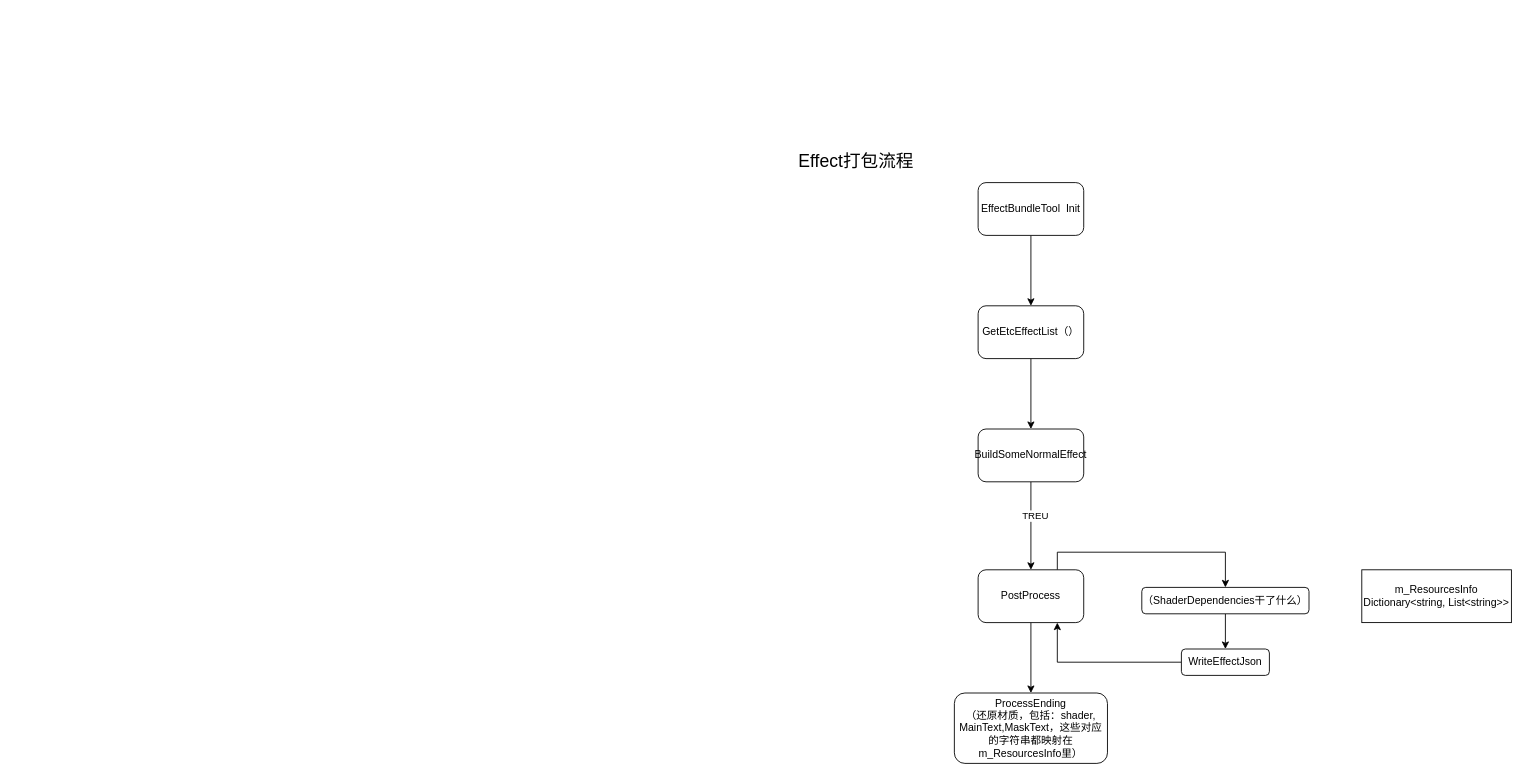
Earlier version of the draw.io diagram PackingModel.drawio (gatzai/DrawioStorage). Source tidied: cells renumbered, new cells numbered last; positions are measured from the earlier drawing's top-left corner, leaving out a move shared by most shapes. Both pictures are drawn from the tidied source at 88%, with x=0, y=0 at pixel (789, 147).
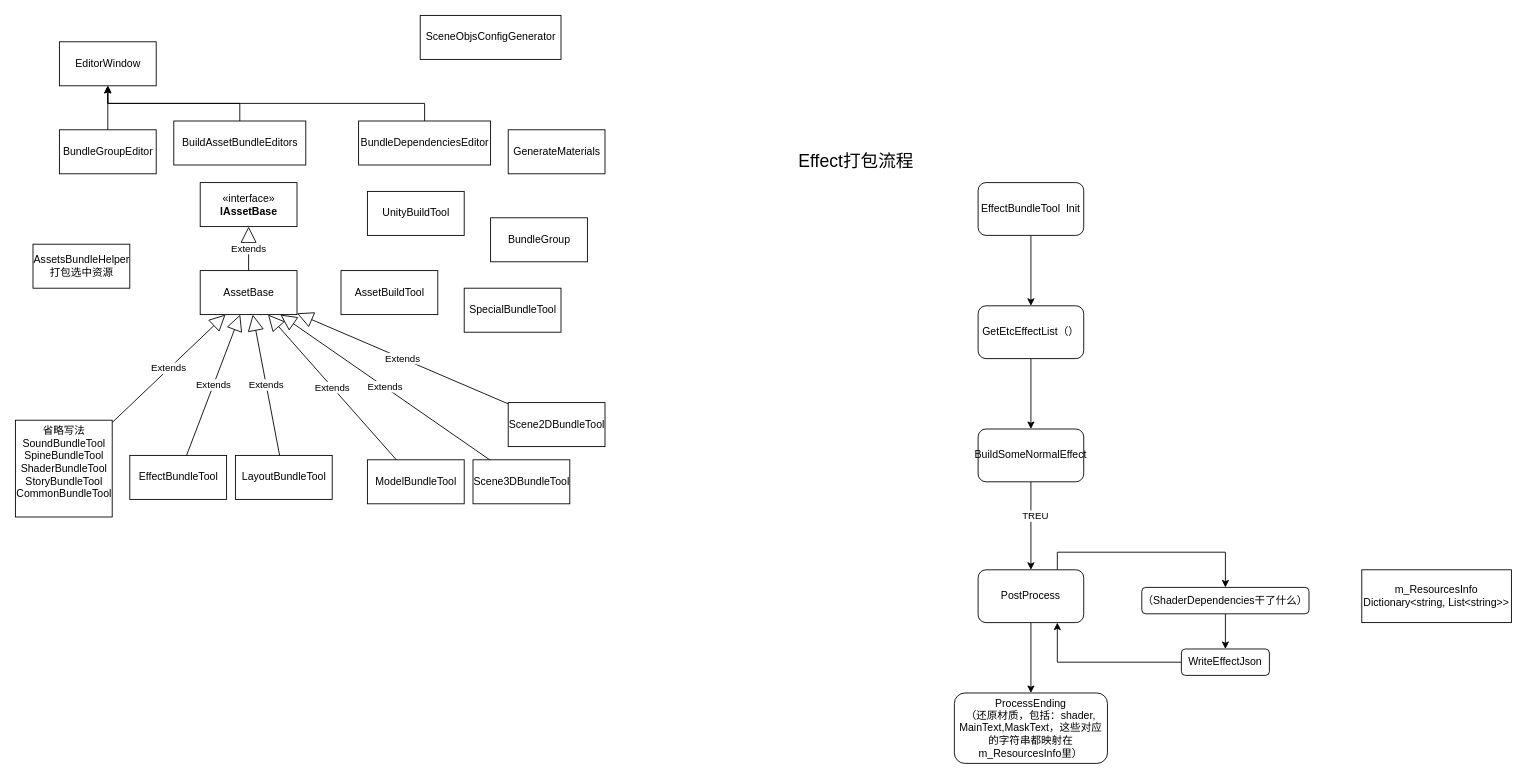
The same page after the edit.

Diff of the diagram source:
```diff
@@
+    <mxCell id="19" value="AssetBase" style="html=1;" parent="1" vertex="1">
+      <mxGeometry x="-670" y="140" width="110" height="50" as="geometry" />
+    </mxCell>
+    <mxCell id="20" value="«interface»&lt;br&gt;&lt;b&gt;IAssetBase&lt;/b&gt;" style="html=1;" parent="1" vertex="1">
+      <mxGeometry x="-670" y="40" width="110" height="50" as="geometry" />
+    </mxCell>
+    <mxCell id="21" value="Extends" style="endArrow=block;endSize=16;endFill=0;html=1;" parent="1" edge="1" source="19" target="20">
+      <mxGeometry relative="1" as="geometry" />
+    </mxCell>
+    <mxCell id="22" value="AssetBuildTool" style="html=1;" parent="1" vertex="1">
+      <mxGeometry x="-510" y="140" width="110" height="50" as="geometry" />
+    </mxCell>
+    <mxCell id="23" value="EffectBundleTool" style="html=1;" parent="1" vertex="1">
+      <mxGeometry x="-750" y="350" width="110" height="50" as="geometry" />
+    </mxCell>
+    <mxCell id="24" value="Extends" style="endArrow=block;endSize=16;endFill=0;html=1;" parent="1" edge="1" source="23" target="19">
+      <mxGeometry relative="1" as="geometry" />
+    </mxCell>
+    <mxCell id="25" value="LayoutBundleTool" style="html=1;" parent="1" vertex="1">
+      <mxGeometry x="-630" y="350" width="110" height="50" as="geometry" />
+    </mxCell>
+    <mxCell id="26" value="Extends" style="endArrow=block;endSize=16;endFill=0;html=1;" parent="1" edge="1" source="25" target="19">
+      <mxGeometry relative="1" as="geometry" />
+    </mxCell>
+    <mxCell id="27" value="ModelBundleTool" style="html=1;" parent="1" vertex="1">
+      <mxGeometry x="-480" y="355" width="110" height="50" as="geometry" />
+    </mxCell>
+    <mxCell id="28" value="Extends" style="endArrow=block;endSize=16;endFill=0;html=1;" parent="1" edge="1" source="27" target="19">
+      <mxGeometry relative="1" as="geometry" />
+    </mxCell>
+    <mxCell id="29" value="Scene3DBundleTool" style="html=1;" parent="1" vertex="1">
+      <mxGeometry x="-360" y="355" width="110" height="50" as="geometry" />
+    </mxCell>
+    <mxCell id="30" value="Extends" style="endArrow=block;endSize=16;endFill=0;html=1;" parent="1" edge="1" source="29" target="19">
+      <mxGeometry relative="1" as="geometry" />
+    </mxCell>
+    <mxCell id="31" value="Extends" style="endArrow=block;endSize=16;endFill=0;html=1;" parent="1" edge="1" source="34" target="19">
+      <mxGeometry relative="1" as="geometry" />
+    </mxCell>
+    <mxCell id="32" value="Scene2DBundleTool" style="html=1;" parent="1" vertex="1">
+      <mxGeometry x="-320" y="290" width="110" height="50" as="geometry" />
+    </mxCell>
+    <mxCell id="33" value="Extends" style="endArrow=block;endSize=16;endFill=0;html=1;" parent="1" edge="1" source="32" target="19">
+      <mxGeometry relative="1" as="geometry" />
+    </mxCell>
+    <mxCell id="34" value="省略写法&lt;br&gt;SoundBundleTool&lt;br&gt;SpineBundleTool&lt;br&gt;ShaderBundleTool&lt;br&gt;StoryBundleTool&lt;br&gt;CommonBundleTool&lt;br&gt;&lt;br&gt;" style="html=1;" parent="1" vertex="1">
+      <mxGeometry x="-880" y="310" width="110" height="110" as="geometry" />
+    </mxCell>
+    <mxCell id="35" style="edgeStyle=orthogonalEdgeStyle;rounded=0;jettySize=auto;html=1;exitX=0.5;exitY=0;exitDx=0;exitDy=0;" parent="1" edge="1" source="36" target="41">
+      <mxGeometry relative="1" as="geometry" />
+    </mxCell>
+    <mxCell id="36" value="BuildAssetBundleEditors" style="html=1;" parent="1" vertex="1">
+      <mxGeometry x="-700" y="-30" width="150" height="50" as="geometry" />
+    </mxCell>
+    <mxCell id="37" value="BundleGroup" style="html=1;" parent="1" vertex="1">
+      <mxGeometry x="-340" y="80" width="110" height="50" as="geometry" />
+    </mxCell>
+    <mxCell id="38" value="AssetsBundleHelper&lt;br&gt;打包选中资源" style="html=1;" parent="1" vertex="1">
+      <mxGeometry x="-860" y="110" width="110" height="50" as="geometry" />
+    </mxCell>
+    <mxCell id="39" style="edgeStyle=orthogonalEdgeStyle;rounded=0;jettySize=auto;html=1;exitX=0.5;exitY=0;exitDx=0;exitDy=0;" parent="1" edge="1" source="40" target="41">
+      <mxGeometry relative="1" as="geometry" />
+    </mxCell>
+    <mxCell id="40" value="&lt;span style=&quot;text-align: left&quot;&gt;BundleDependenciesEditor&lt;/span&gt;" style="html=1;" parent="1" vertex="1">
+      <mxGeometry x="-490" y="-30" width="150" height="50" as="geometry" />
+    </mxCell>
+    <mxCell id="41" value="EditorWindow" style="html=1;" parent="1" vertex="1">
+      <mxGeometry x="-830" y="-120" width="110" height="50" as="geometry" />
+    </mxCell>
+    <mxCell id="42" style="edgeStyle=orthogonalEdgeStyle;rounded=0;jettySize=auto;html=1;exitX=0.5;exitY=0;exitDx=0;exitDy=0;" parent="1" edge="1" source="43" target="41">
+      <mxGeometry relative="1" as="geometry" />
+    </mxCell>
+    <mxCell id="43" value="BundleGroupEditor" style="html=1;" parent="1" vertex="1">
+      <mxGeometry x="-830" y="-20" width="110" height="50" as="geometry" />
+    </mxCell>
+    <mxCell id="44" value="&lt;span style=&quot;text-align: left&quot;&gt;GenerateMaterials&lt;/span&gt;" style="html=1;" parent="1" vertex="1">
+      <mxGeometry x="-320" y="-20" width="110" height="50" as="geometry" />
+    </mxCell>
+    <mxCell id="45" value="&lt;span style=&quot;text-align: left&quot;&gt;SceneObjsConfigGenerator&lt;/span&gt;" style="html=1;" parent="1" vertex="1">
+      <mxGeometry x="-420" y="-150" width="160" height="50" as="geometry" />
+    </mxCell>
+    <mxCell id="46" value="&lt;span style=&quot;text-align: left&quot;&gt;SpecialBundleTool&lt;/span&gt;" style="html=1;" parent="1" vertex="1">
+      <mxGeometry x="-370" y="160" width="110" height="50" as="geometry" />
+    </mxCell>
+    <mxCell id="47" value="UnityBuildTool" style="html=1;" parent="1" vertex="1">
+      <mxGeometry x="-480" y="50" width="110" height="50" as="geometry" />
+    </mxCell>
```
